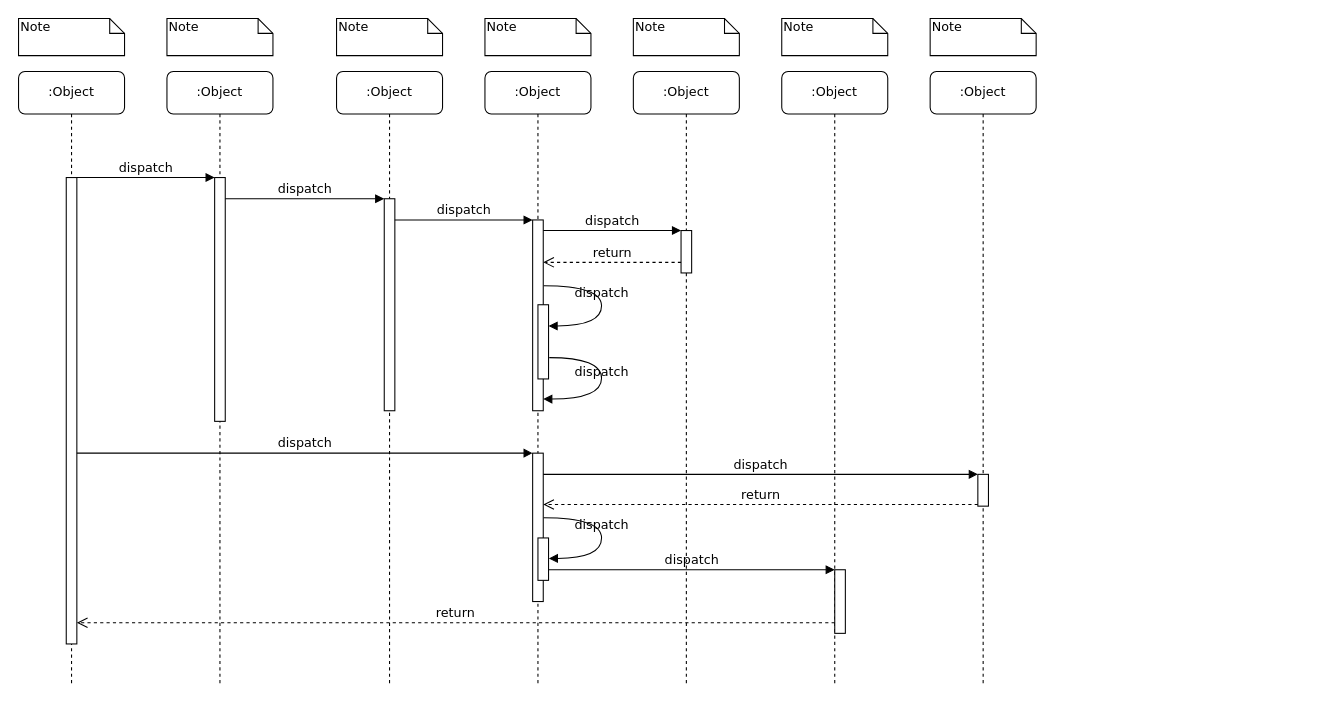
The draw.io diagram Diagrama sem nome.drawio in Claudinei-RDC/Ti, before the edit. Source tidied: cells renumbered, new cells numbered last; positions are measured from the earlier drawing's top-left corner, leaving out a move shared by most shapes. Both pictures are drawn from the tidied source at 106%, with x=0, y=0 at pixel (18, 18).
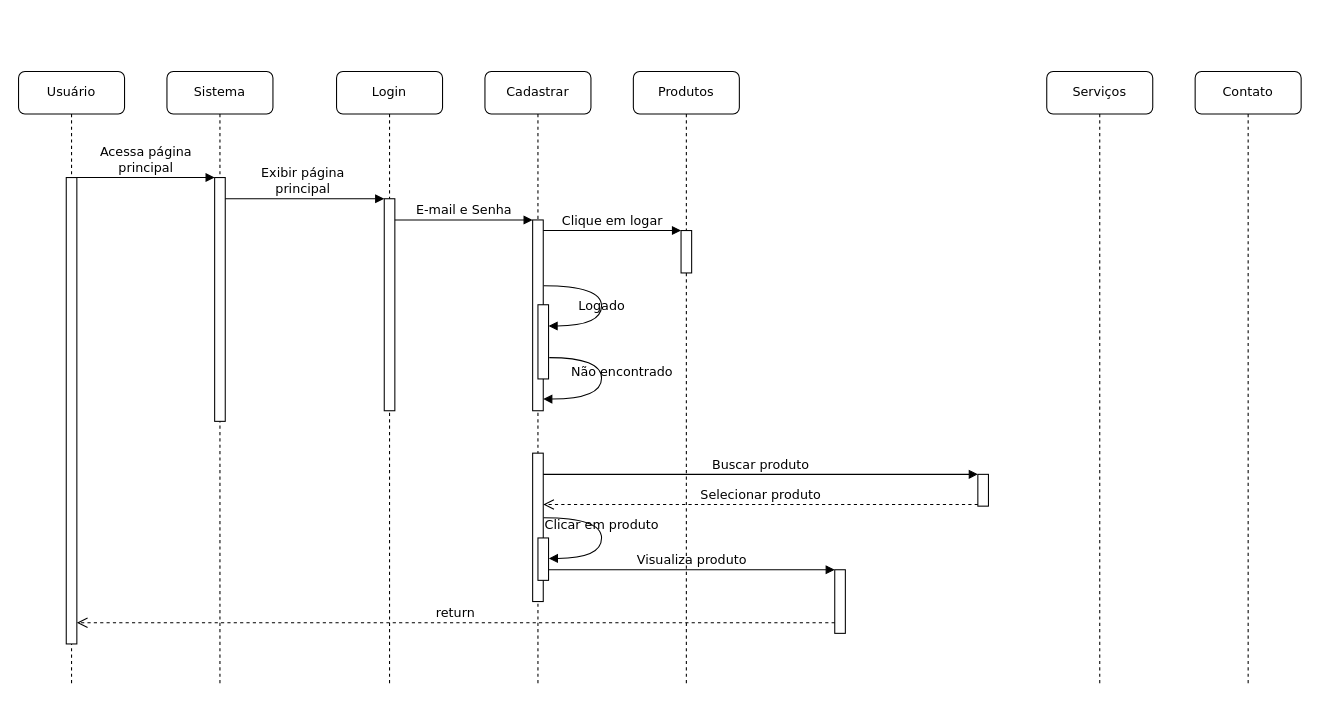
The same page after the edit.

Commit message:
Diagrama de sequencia

The change refers to these unchanged cells:
```xml
<mxCell id="3" style="html=1;points=[];perimeter=orthogonalPerimeter;rounded=0;shadow=0;comic=0;labelBackgroundColor=none;strokeWidth=1;fontFamily=Verdana;fontSize=12;align=center;" parent="2" vertex="1">
  <mxGeometry x="45" y="100" width="10" height="230" as="geometry" />
</mxCell>
<mxCell id="5" style="html=1;points=[];perimeter=orthogonalPerimeter;rounded=0;shadow=0;comic=0;labelBackgroundColor=none;strokeWidth=1;fontFamily=Verdana;fontSize=12;align=center;" parent="4" vertex="1">
  <mxGeometry x="45" y="120" width="10" height="200" as="geometry" />
</mxCell>
<mxCell id="11" style="html=1;points=[];perimeter=orthogonalPerimeter;rounded=0;shadow=0;comic=0;labelBackgroundColor=none;strokeWidth=1;fontFamily=Verdana;fontSize=12;align=center;" parent="10" vertex="1">
  <mxGeometry x="45" y="100" width="10" height="440" as="geometry" />
</mxCell>
<mxCell id="12" style="html=1;points=[];perimeter=orthogonalPerimeter;rounded=0;shadow=0;comic=0;labelBackgroundColor=none;strokeWidth=1;fontFamily=Verdana;fontSize=12;align=center;" parent="1" vertex="1">
  <mxGeometry x="485" y="190" width="10" height="180" as="geometry" />
</mxCell>
<mxCell id="14" style="html=1;points=[];perimeter=orthogonalPerimeter;rounded=0;shadow=0;comic=0;labelBackgroundColor=none;strokeWidth=1;fontFamily=Verdana;fontSize=12;align=center;" parent="1" vertex="1">
  <mxGeometry x="625" y="200" width="10" height="40" as="geometry" />
</mxCell>
<mxCell id="17" style="html=1;points=[];perimeter=orthogonalPerimeter;rounded=0;shadow=0;comic=0;labelBackgroundColor=none;strokeWidth=1;fontFamily=Verdana;fontSize=12;align=center;" parent="1" vertex="1">
  <mxGeometry x="485" y="410" width="10" height="140" as="geometry" />
</mxCell>
<mxCell id="19" style="html=1;points=[];perimeter=orthogonalPerimeter;rounded=0;shadow=0;comic=0;labelBackgroundColor=none;strokeColor=#000000;strokeWidth=1;fillColor=#FFFFFF;fontFamily=Verdana;fontSize=12;fontColor=#000000;align=center;" parent="1" vertex="1">
  <mxGeometry x="905" y="430" width="10" height="30" as="geometry" />
</mxCell>
<mxCell id="22" style="html=1;points=[];perimeter=orthogonalPerimeter;rounded=0;shadow=0;comic=0;labelBackgroundColor=none;strokeWidth=1;fontFamily=Verdana;fontSize=12;align=center;" parent="1" vertex="1">
  <mxGeometry x="770" y="520" width="10" height="60" as="geometry" />
</mxCell>
<mxCell id="27" style="html=1;points=[];perimeter=orthogonalPerimeter;rounded=0;shadow=0;comic=0;labelBackgroundColor=none;strokeWidth=1;fontFamily=Verdana;fontSize=12;align=center;" parent="1" vertex="1">
  <mxGeometry x="490" y="270" width="10" height="70" as="geometry" />
</mxCell>
<mxCell id="30" style="html=1;points=[];perimeter=orthogonalPerimeter;rounded=0;shadow=0;comic=0;labelBackgroundColor=none;strokeWidth=1;fontFamily=Verdana;fontSize=12;align=center;" parent="1" vertex="1">
  <mxGeometry x="490" y="490" width="10" height="40" as="geometry" />
</mxCell>
```

What changed in the source:
```diff
@@
-    <mxCell id="2" value=":Object" style="shape=umlLifeline;perimeter=lifelinePerimeter;whiteSpace=wrap;html=1;rounded=1;shadow=0;comic=0;labelBackgroundColor=none;strokeWidth=1;fontFamily=Verdana;fontSize=12;align=center;" parent="1" vertex="1">
+    <mxCell id="2" value="Sistema" style="shape=umlLifeline;perimeter=lifelinePerimeter;whiteSpace=wrap;html=1;rounded=1;shadow=0;comic=0;labelBackgroundColor=none;strokeWidth=1;fontFamily=Verdana;fontSize=12;align=center;" parent="1" vertex="1">
       <mxGeometry x="140" y="50" width="100" height="580" as="geometry" />
     </mxCell>
@@
-    <mxCell id="4" value=":Object" style="shape=umlLifeline;perimeter=lifelinePerimeter;whiteSpace=wrap;html=1;rounded=1;shadow=0;comic=0;labelBackgroundColor=none;strokeWidth=1;fontFamily=Verdana;fontSize=12;align=center;" parent="1" vertex="1">
+    <mxCell id="4" value="Login" style="shape=umlLifeline;perimeter=lifelinePerimeter;whiteSpace=wrap;html=1;rounded=1;shadow=0;comic=0;labelBackgroundColor=none;strokeWidth=1;fontFamily=Verdana;fontSize=12;align=center;" parent="1" vertex="1">
       <mxGeometry x="300" y="50" width="100" height="580" as="geometry" />
     </mxCell>
@@
-    <mxCell id="6" value=":Object" style="shape=umlLifeline;perimeter=lifelinePerimeter;whiteSpace=wrap;html=1;rounded=1;shadow=0;comic=0;labelBackgroundColor=none;strokeWidth=1;fontFamily=Verdana;fontSize=12;align=center;" parent="1" vertex="1">
+    <mxCell id="6" value="Cadastrar" style="shape=umlLifeline;perimeter=lifelinePerimeter;whiteSpace=wrap;html=1;rounded=1;shadow=0;comic=0;labelBackgroundColor=none;strokeWidth=1;fontFamily=Verdana;fontSize=12;align=center;" parent="1" vertex="1">
       <mxGeometry x="440" y="50" width="100" height="580" as="geometry" />
     </mxCell>
-    <mxCell id="7" value=":Object" style="shape=umlLifeline;perimeter=lifelinePerimeter;whiteSpace=wrap;html=1;rounded=1;shadow=0;comic=0;labelBackgroundColor=none;strokeWidth=1;fontFamily=Verdana;fontSize=12;align=center;" parent="1" vertex="1">
+    <mxCell id="7" value="Produtos" style="shape=umlLifeline;perimeter=lifelinePerimeter;whiteSpace=wrap;html=1;rounded=1;shadow=0;comic=0;labelBackgroundColor=none;strokeWidth=1;fontFamily=Verdana;fontSize=12;align=center;" parent="1" vertex="1">
       <mxGeometry x="580" y="50" width="100" height="580" as="geometry" />
     </mxCell>
-    <mxCell id="8" value=":Object" style="shape=umlLifeline;perimeter=lifelinePerimeter;whiteSpace=wrap;html=1;rounded=1;shadow=0;comic=0;labelBackgroundColor=none;strokeWidth=1;fontFamily=Verdana;fontSize=12;align=center;" parent="1" vertex="1">
-      <mxGeometry x="720" y="50" width="100" height="580" as="geometry" />
+    <mxCell id="8" value="Serviços" style="shape=umlLifeline;perimeter=lifelinePerimeter;whiteSpace=wrap;html=1;rounded=1;shadow=0;comic=0;labelBackgroundColor=none;strokeWidth=1;fontFamily=Verdana;fontSize=12;align=center;" parent="1" vertex="1">
+      <mxGeometry x="970" y="50" width="100" height="580" as="geometry" />
     </mxCell>
-    <mxCell id="9" value=":Object" style="shape=umlLifeline;perimeter=lifelinePerimeter;whiteSpace=wrap;html=1;rounded=1;shadow=0;comic=0;labelBackgroundColor=none;strokeWidth=1;fontFamily=Verdana;fontSize=12;align=center;" parent="1" vertex="1">
-      <mxGeometry x="860" y="50" width="100" height="580" as="geometry" />
+    <mxCell id="9" value="Contato" style="shape=umlLifeline;perimeter=lifelinePerimeter;whiteSpace=wrap;html=1;rounded=1;shadow=0;comic=0;labelBackgroundColor=none;strokeWidth=1;fontFamily=Verdana;fontSize=12;align=center;" parent="1" vertex="1">
+      <mxGeometry x="1110" y="50" width="100" height="580" as="geometry" />
     </mxCell>
-    <mxCell id="10" value=":Object" style="shape=umlLifeline;perimeter=lifelinePerimeter;whiteSpace=wrap;html=1;rounded=1;shadow=0;comic=0;labelBackgroundColor=none;strokeWidth=1;fontFamily=Verdana;fontSize=12;align=center;" parent="1" vertex="1">
+    <mxCell id="10" value="Usuário" style="shape=umlLifeline;perimeter=lifelinePerimeter;whiteSpace=wrap;html=1;rounded=1;shadow=0;comic=0;labelBackgroundColor=none;strokeWidth=1;fontFamily=Verdana;fontSize=12;align=center;" parent="1" vertex="1">
       <mxGeometry y="50" width="100" height="580" as="geometry" />
     </mxCell>
@@
-    <mxCell id="13" value="dispatch" style="html=1;verticalAlign=bottom;endArrow=block;labelBackgroundColor=none;fontFamily=Verdana;fontSize=12;edgeStyle=elbowEdgeStyle;elbow=vertical;" parent="1" edge="1" source="5" target="12">
+    <mxCell id="13" value="E-mail e Senha" style="html=1;verticalAlign=bottom;endArrow=block;labelBackgroundColor=none;fontFamily=Verdana;fontSize=12;edgeStyle=elbowEdgeStyle;elbow=vertical;" parent="1" edge="1" source="5" target="12">
       <mxGeometry relative="1" as="geometry">
         <Array as="points">
           <mxPoint x="360" y="190" />
         </Array>
       </mxGeometry>
     </mxCell>
@@
-    <mxCell id="15" value="dispatch" style="html=1;verticalAlign=bottom;endArrow=block;entryX=0;entryY=0;labelBackgroundColor=none;fontFamily=Verdana;fontSize=12;edgeStyle=elbowEdgeStyle;elbow=vertical;" parent="1" edge="1" source="12" target="14">
+    <mxCell id="15" value="Clique em logar" style="html=1;verticalAlign=bottom;endArrow=block;entryX=0;entryY=0;labelBackgroundColor=none;fontFamily=Verdana;fontSize=12;edgeStyle=elbowEdgeStyle;elbow=vertical;" parent="1" edge="1" source="12" target="14">
       <mxGeometry relative="1" as="geometry" />
     </mxCell>
-    <mxCell id="16" value="return" style="html=1;verticalAlign=bottom;endArrow=open;dashed=1;endSize=8;labelBackgroundColor=none;fontFamily=Verdana;fontSize=12;edgeStyle=elbowEdgeStyle;elbow=vertical;" parent="1" edge="1" source="14" target="12">
-      <mxGeometry relative="1" as="geometry">
-        <Array as="points">
-          <mxPoint x="570" y="230" />
-          <mxPoint x="600" y="230" />
-        </Array>
-      </mxGeometry>
-    </mxCell>
@@
-    <mxCell id="18" value="dispatch" style="html=1;verticalAlign=bottom;endArrow=block;entryX=0;entryY=0;labelBackgroundColor=none;fontFamily=Verdana;fontSize=12;" parent="1" edge="1" source="11" target="17">
-      <mxGeometry relative="1" as="geometry" />
-    </mxCell>
@@
-    <mxCell id="20" value="dispatch" style="html=1;verticalAlign=bottom;endArrow=block;entryX=0;entryY=0;labelBackgroundColor=none;fontFamily=Verdana;fontSize=12;" parent="1" edge="1" source="17" target="19">
+    <mxCell id="20" value="Buscar produto" style="html=1;verticalAlign=bottom;endArrow=block;entryX=0;entryY=0;labelBackgroundColor=none;fontFamily=Verdana;fontSize=12;" parent="1" edge="1" source="17" target="19">
       <mxGeometry relative="1" as="geometry" />
     </mxCell>
-    <mxCell id="21" value="return" style="html=1;verticalAlign=bottom;endArrow=open;dashed=1;endSize=8;exitX=0;exitY=0.95;labelBackgroundColor=none;fontFamily=Verdana;fontSize=12;" parent="1" edge="1" source="19" target="17">
+    <mxCell id="21" value="Selecionar produto" style="html=1;verticalAlign=bottom;endArrow=open;dashed=1;endSize=8;exitX=0;exitY=0.95;labelBackgroundColor=none;fontFamily=Verdana;fontSize=12;" parent="1" edge="1" source="19" target="17">
       <mxGeometry relative="1" as="geometry" />
     </mxCell>
@@
-    <mxCell id="23" value="dispatch" style="html=1;verticalAlign=bottom;endArrow=block;entryX=0;entryY=0;labelBackgroundColor=none;fontFamily=Verdana;fontSize=12;edgeStyle=elbowEdgeStyle;elbow=vertical;" parent="1" edge="1" source="30" target="22">
+    <mxCell id="23" value="Visualiza produto" style="html=1;verticalAlign=bottom;endArrow=block;entryX=0;entryY=0;labelBackgroundColor=none;fontFamily=Verdana;fontSize=12;edgeStyle=elbowEdgeStyle;elbow=vertical;" parent="1" edge="1" source="30" target="22">
       <mxGeometry relative="1" as="geometry" />
     </mxCell>
@@
-    <mxCell id="25" value="dispatch" style="html=1;verticalAlign=bottom;endArrow=block;entryX=0;entryY=0;labelBackgroundColor=none;fontFamily=Verdana;fontSize=12;edgeStyle=elbowEdgeStyle;elbow=vertical;" parent="1" edge="1" source="11" target="3">
+    <mxCell id="25" value="Acessa página&lt;div&gt;principal&lt;/div&gt;" style="html=1;verticalAlign=bottom;endArrow=block;entryX=0;entryY=0;labelBackgroundColor=none;fontFamily=Verdana;fontSize=12;edgeStyle=elbowEdgeStyle;elbow=vertical;" parent="1" edge="1" source="11" target="3">
       <mxGeometry relative="1" as="geometry" />
     </mxCell>
-    <mxCell id="26" value="dispatch" style="html=1;verticalAlign=bottom;endArrow=block;entryX=0;entryY=0;labelBackgroundColor=none;fontFamily=Verdana;fontSize=12;edgeStyle=elbowEdgeStyle;elbow=vertical;" parent="1" edge="1" source="3" target="5">
+    <mxCell id="26" value="Exibir página&amp;nbsp;&lt;div&gt;principal&amp;nbsp;&lt;/div&gt;" style="html=1;verticalAlign=bottom;endArrow=block;entryX=0;entryY=0;labelBackgroundColor=none;fontFamily=Verdana;fontSize=12;edgeStyle=elbowEdgeStyle;elbow=vertical;" parent="1" edge="1" source="3" target="5">
       <mxGeometry relative="1" as="geometry" />
     </mxCell>
@@
-    <mxCell id="28" value="dispatch" style="html=1;verticalAlign=bottom;endArrow=block;labelBackgroundColor=none;fontFamily=Verdana;fontSize=12;elbow=vertical;edgeStyle=orthogonalEdgeStyle;curved=1;entryX=1;entryY=0.286;entryPerimeter=0;exitX=1.038;exitY=0.345;exitPerimeter=0;" parent="1" edge="1" source="12" target="27">
-      <mxGeometry relative="1" as="geometry">
+    <mxCell id="28" value="Logado" style="html=1;verticalAlign=bottom;endArrow=block;labelBackgroundColor=none;fontFamily=Verdana;fontSize=12;elbow=vertical;edgeStyle=orthogonalEdgeStyle;curved=1;entryX=1;entryY=0.286;entryPerimeter=0;exitX=1.038;exitY=0.345;exitPerimeter=0;" parent="1" edge="1" source="12" target="27">
+      <mxGeometry x="0.16" relative="1" as="geometry">
         <Array as="points">
           <mxPoint x="550" y="252" />
           <mxPoint x="550" y="290" />
         </Array>
       </mxGeometry>
     </mxCell>
-    <mxCell id="29" value="dispatch" style="html=1;verticalAlign=bottom;endArrow=block;labelBackgroundColor=none;fontFamily=Verdana;fontSize=12;elbow=vertical;edgeStyle=orthogonalEdgeStyle;curved=1;exitX=1.066;exitY=0.713;exitPerimeter=0;" parent="1" edge="1" source="27">
+    <mxCell id="29" value="&amp;nbsp; &amp;nbsp; &amp;nbsp; &amp;nbsp; &amp;nbsp; Não encontrado" style="html=1;verticalAlign=bottom;endArrow=block;labelBackgroundColor=none;fontFamily=Verdana;fontSize=12;elbow=vertical;edgeStyle=orthogonalEdgeStyle;curved=1;exitX=1.066;exitY=0.713;exitPerimeter=0;" parent="1" edge="1" source="27">
       <mxGeometry relative="1" as="geometry">
         <mxPoint x="495" y="359" as="targetPoint" />
         <Array as="points">
           <mxPoint x="550" y="320" />
           <mxPoint x="550" y="359" />
         </Array>
       </mxGeometry>
     </mxCell>
@@
-    <mxCell id="31" value="dispatch" style="html=1;verticalAlign=bottom;endArrow=block;labelBackgroundColor=none;fontFamily=Verdana;fontSize=12;elbow=vertical;edgeStyle=orthogonalEdgeStyle;curved=1;entryX=1;entryY=0.286;entryPerimeter=0;exitX=1.038;exitY=0.345;exitPerimeter=0;" parent="1" edge="1">
+    <mxCell id="31" value="Clicar em produto" style="html=1;verticalAlign=bottom;endArrow=block;labelBackgroundColor=none;fontFamily=Verdana;fontSize=12;elbow=vertical;edgeStyle=orthogonalEdgeStyle;curved=1;entryX=1;entryY=0.286;entryPerimeter=0;exitX=1.038;exitY=0.345;exitPerimeter=0;" parent="1" edge="1">
       <mxGeometry relative="1" as="geometry">
         <mxPoint x="495.3" y="471" as="sourcePoint" />
         <mxPoint x="500.3" y="509.3" as="targetPoint" />
         <Array as="points">
           <mxPoint x="550" y="471" />
           <mxPoint x="550" y="509" />
         </Array>
       </mxGeometry>
     </mxCell>
-    <mxCell id="32" value="Note" style="shape=note;whiteSpace=wrap;html=1;size=14;verticalAlign=top;align=left;spacingTop=-6;rounded=0;shadow=0;comic=0;labelBackgroundColor=none;strokeWidth=1;fontFamily=Verdana;fontSize=12;" parent="1" vertex="1">
-      <mxGeometry width="100" height="35" as="geometry" />
-    </mxCell>
-    <mxCell id="33" value="Note" style="shape=note;whiteSpace=wrap;html=1;size=14;verticalAlign=top;align=left;spacingTop=-6;rounded=0;shadow=0;comic=0;labelBackgroundColor=none;strokeWidth=1;fontFamily=Verdana;fontSize=12;" parent="1" vertex="1">
-      <mxGeometry x="140" width="100" height="35" as="geometry" />
-    </mxCell>
-    <mxCell id="34" value="Note" style="shape=note;whiteSpace=wrap;html=1;size=14;verticalAlign=top;align=left;spacingTop=-6;rounded=0;shadow=0;comic=0;labelBackgroundColor=none;strokeWidth=1;fontFamily=Verdana;fontSize=12;" parent="1" vertex="1">
-      <mxGeometry x="300" width="100" height="35" as="geometry" />
-    </mxCell>
-    <mxCell id="35" value="Note" style="shape=note;whiteSpace=wrap;html=1;size=14;verticalAlign=top;align=left;spacingTop=-6;rounded=0;shadow=0;comic=0;labelBackgroundColor=none;strokeWidth=1;fontFamily=Verdana;fontSize=12;" parent="1" vertex="1">
-      <mxGeometry x="440" width="100" height="35" as="geometry" />
-    </mxCell>
-    <mxCell id="36" value="Note" style="shape=note;whiteSpace=wrap;html=1;size=14;verticalAlign=top;align=left;spacingTop=-6;rounded=0;shadow=0;comic=0;labelBackgroundColor=none;strokeWidth=1;fontFamily=Verdana;fontSize=12;" parent="1" vertex="1">
-      <mxGeometry x="580" width="100" height="35" as="geometry" />
-    </mxCell>
-    <mxCell id="37" value="Note" style="shape=note;whiteSpace=wrap;html=1;size=14;verticalAlign=top;align=left;spacingTop=-6;rounded=0;shadow=0;comic=0;labelBackgroundColor=none;strokeWidth=1;fontFamily=Verdana;fontSize=12;" parent="1" vertex="1">
-      <mxGeometry x="720" width="100" height="35" as="geometry" />
-    </mxCell>
-    <mxCell id="38" value="Note" style="shape=note;whiteSpace=wrap;html=1;size=14;verticalAlign=top;align=left;spacingTop=-6;rounded=0;shadow=0;comic=0;labelBackgroundColor=none;strokeWidth=1;fontFamily=Verdana;fontSize=12;" parent="1" vertex="1">
-      <mxGeometry x="860" width="100" height="35" as="geometry" />
-    </mxCell>
```
